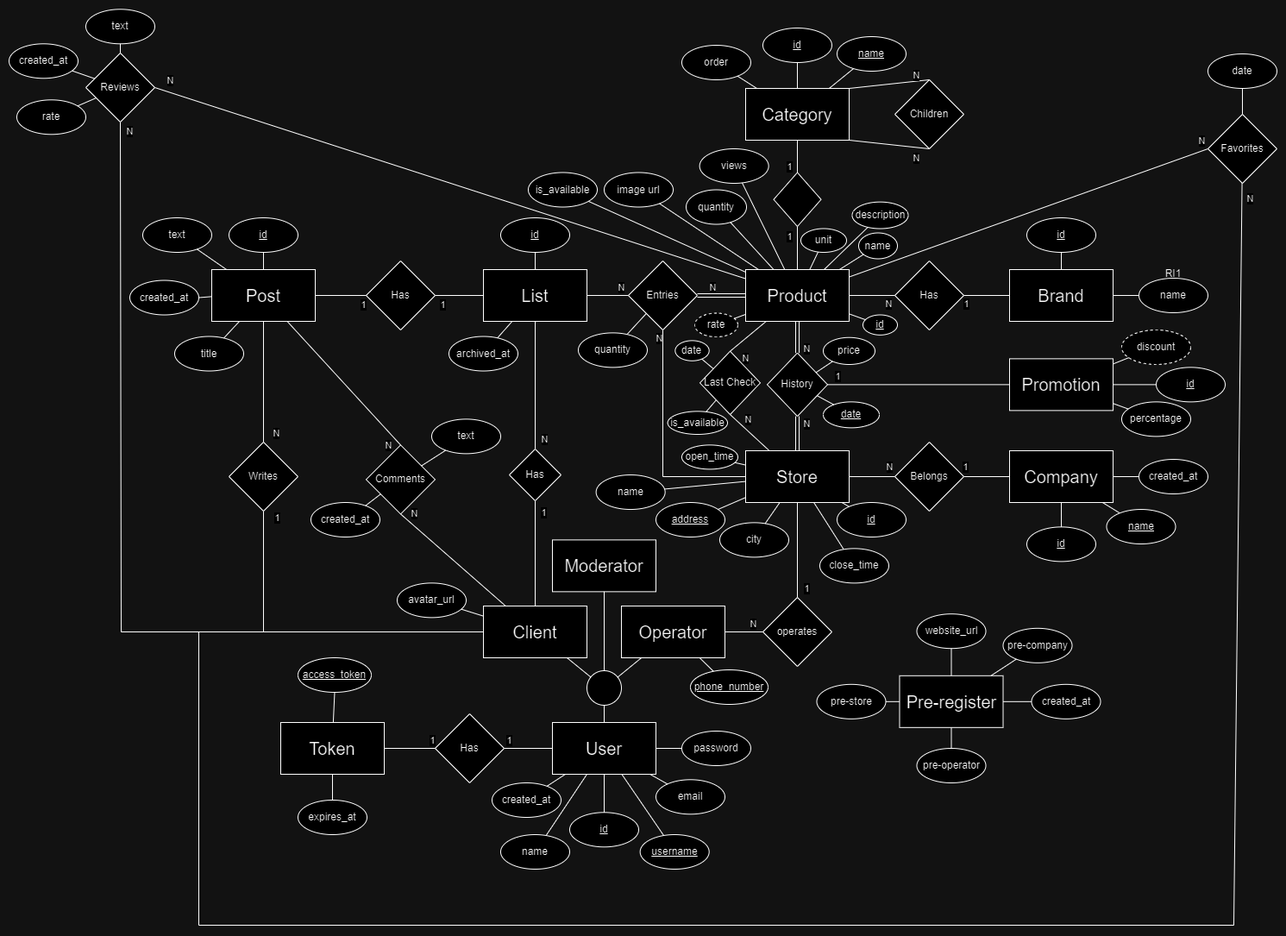
Above: docs/EA_model.png in AndreGraca3/Market-Tracker (draw.io), before the change. Source tidied: cells renumbered, new cells last; positions are measured from the earlier drawing's top-left corner, leaving out a move shared by most shapes.
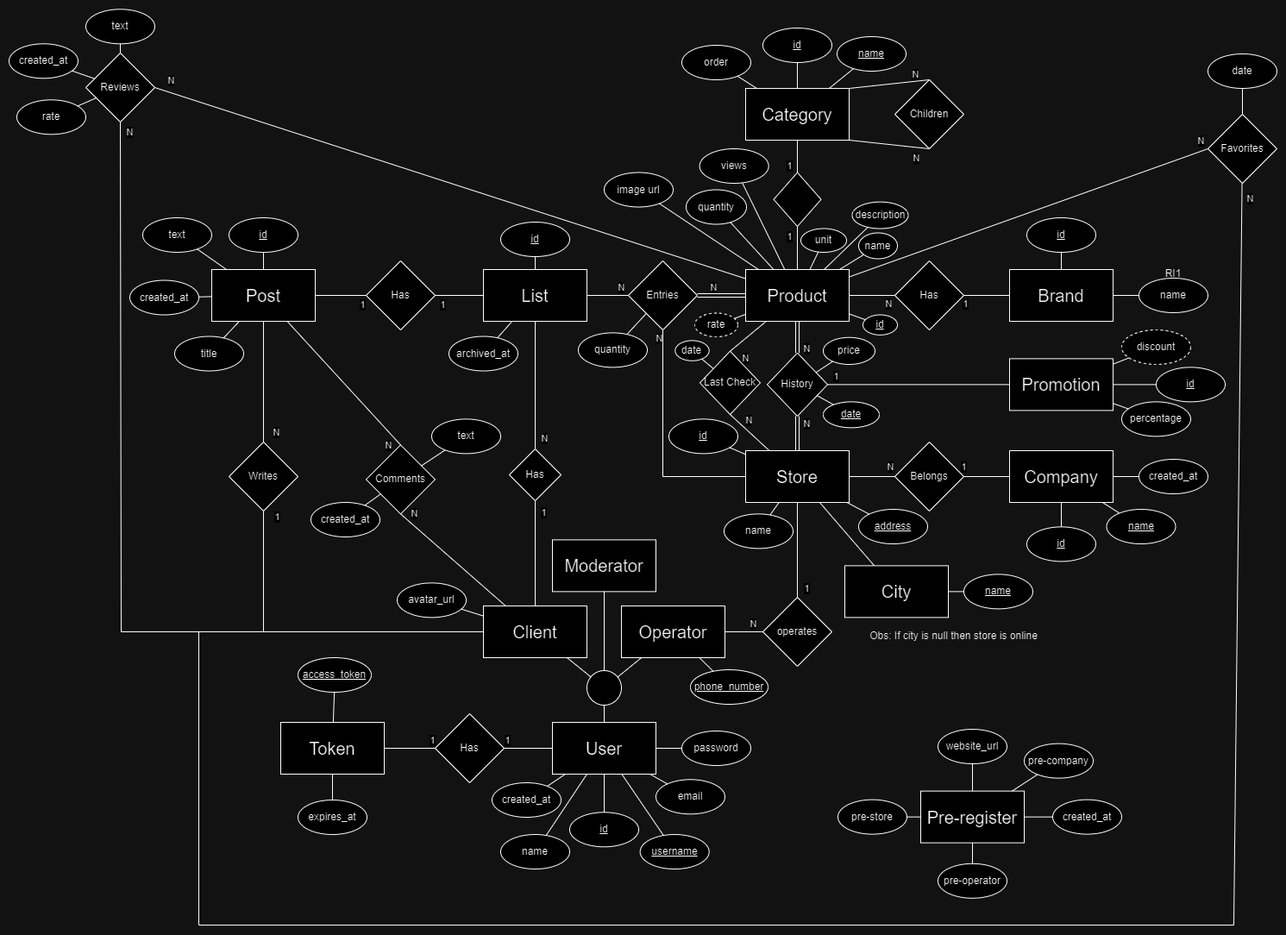
After the commit.

The edit, as a diff of the source:
```diff
@@ -103,7 +103,7 @@
       <mxGeometry relative="1" as="geometry" />
     </mxCell>
     <mxCell id="32" value="&lt;u&gt;id&lt;/u&gt;" style="ellipse;whiteSpace=wrap;html=1;" parent="1" vertex="1">
-      <mxGeometry x="570" y="242" width="80" height="40" as="geometry" />
+      <mxGeometry x="570" y="247" width="80" height="40" as="geometry" />
     </mxCell>
     <mxCell id="33" style="endArrow=none;html=1;rounded=0;" parent="1" edge="1" source="32" target="16">
       <mxGeometry relative="1" as="geometry" />
@@ -123,18 +123,6 @@
     <mxCell id="38" value="price" style="ellipse;whiteSpace=wrap;html=1;" parent="1" vertex="1">
       <mxGeometry x="944" y="380.7" width="60" height="31.3" as="geometry" />
     </mxCell>
-    <mxCell id="39" style="endArrow=none;html=1;rounded=0;" parent="1" edge="1" source="28" target="40">
-      <mxGeometry relative="1" as="geometry" />
-    </mxCell>
-    <mxCell id="40" value="open_time" style="ellipse;whiteSpace=wrap;html=1;" parent="1" vertex="1">
-      <mxGeometry x="780" y="505.4" width="65" height="28" as="geometry" />
-    </mxCell>
-    <mxCell id="41" style="endArrow=none;html=1;rounded=0;" parent="1" edge="1" source="28" target="42">
-      <mxGeometry relative="1" as="geometry" />
-    </mxCell>
-    <mxCell id="42" value="close_&lt;span style=&quot;background-color: initial;&quot;&gt;time&lt;/span&gt;" style="ellipse;whiteSpace=wrap;html=1;" parent="1" vertex="1">
-      <mxGeometry x="940" y="625.4" width="80" height="40" as="geometry" />
-    </mxCell>
     <mxCell id="43" value="&lt;span&gt;username&lt;/span&gt;" style="ellipse;whiteSpace=wrap;html=1;fontStyle=4;" parent="1" vertex="1">
       <mxGeometry x="731.7" y="957" width="80" height="40" as="geometry" />
     </mxCell>
@@ -211,7 +199,7 @@
       </mxGeometry>
     </mxCell>
     <mxCell id="66" value="&lt;u&gt;id&lt;/u&gt;" style="ellipse;whiteSpace=wrap;html=1;" parent="1" vertex="1">
-      <mxGeometry x="960" y="572" width="80" height="40" as="geometry" />
+      <mxGeometry x="765" y="475.4" width="80" height="40" as="geometry" />
     </mxCell>
     <mxCell id="67" style="endArrow=none;html=1;rounded=0;" parent="1" edge="1" source="28" target="66">
       <mxGeometry relative="1" as="geometry" />
@@ -320,9 +308,6 @@
     <mxCell id="99" value="&lt;span style=&quot;font-size: 20px;&quot;&gt;Company&lt;/span&gt;" style="rounded=0;whiteSpace=wrap;html=1;" parent="1" vertex="1">
       <mxGeometry x="1160" y="512" width="120" height="60" as="geometry" />
     </mxCell>
-    <mxCell id="100" value="city" style="ellipse;whiteSpace=wrap;html=1;" parent="1" vertex="1">
-      <mxGeometry x="824" y="595.4" width="80" height="40" as="geometry" />
-    </mxCell>
     <mxCell id="101" value="Belongs" style="rhombus;whiteSpace=wrap;html=1;" parent="1" vertex="1">
       <mxGeometry x="1027" y="502" width="80" height="80" as="geometry" />
     </mxCell>
@@ -348,7 +333,7 @@
     <mxCell id="107" value="&lt;span&gt;name&lt;/span&gt;" style="ellipse;whiteSpace=wrap;html=1;fontStyle=4;" parent="1" vertex="1">
       <mxGeometry x="1272.5" y="580" width="80" height="40" as="geometry" />
     </mxCell>
-    <mxCell id="108" style="endArrow=none;html=1;rounded=0;" parent="1" edge="1" source="100" target="28">
+    <mxCell id="108" style="endArrow=none;html=1;rounded=0;" parent="1" edge="1" source="208" target="28">
       <mxGeometry relative="1" as="geometry" />
     </mxCell>
     <mxCell id="109" style="endArrow=none;html=1;rounded=0;exitX=0.5;exitY=1;exitDx=0;exitDy=0;" parent="1" edge="1" source="111">
@@ -411,7 +396,7 @@
       </mxGeometry>
     </mxCell>
     <mxCell id="125" value="address" style="ellipse;whiteSpace=wrap;html=1;fontStyle=4;" parent="1" vertex="1">
-      <mxGeometry x="750" y="572" width="80" height="40" as="geometry" />
+      <mxGeometry x="985" y="580" width="80" height="40" as="geometry" />
     </mxCell>
     <mxCell id="126" value="RI1" style="text;html=1;align=center;verticalAlign=middle;whiteSpace=wrap;rounded=0;" parent="1" vertex="1">
       <mxGeometry x="1320" y="292" width="60" height="30" as="geometry" />
@@ -609,14 +594,8 @@
     <mxCell id="181" style="endArrow=none;html=1;rounded=0;" parent="1" edge="1" source="2" target="180">
       <mxGeometry relative="1" as="geometry" />
     </mxCell>
-    <mxCell id="182" value="is_available" style="ellipse;whiteSpace=wrap;html=1;" parent="1" vertex="1">
-      <mxGeometry x="602" y="189.5" width="80" height="40" as="geometry" />
-    </mxCell>
-    <mxCell id="183" style="endArrow=none;html=1;rounded=0;" parent="1" edge="1" source="2" target="182">
-      <mxGeometry relative="1" as="geometry" />
-    </mxCell>
     <mxCell id="184" value="&lt;span style=&quot;font-size: 20px;&quot;&gt;Pre-register&lt;/span&gt;" style="rounded=0;whiteSpace=wrap;html=1;" parent="1" vertex="1">
-      <mxGeometry x="1032.5" y="772.8" width="120" height="60" as="geometry" />
+      <mxGeometry x="1057" y="906.6" width="120" height="60" as="geometry" />
     </mxCell>
     <mxCell id="185" style="endArrow=none;html=1;rounded=0;" parent="1" edge="1" source="170" target="186">
       <mxGeometry relative="1" as="geometry" />
@@ -625,7 +604,7 @@
       <mxGeometry x="790" y="766" width="90" height="40" as="geometry" />
     </mxCell>
     <mxCell id="187" value="name" style="ellipse;whiteSpace=wrap;html=1;" parent="1" vertex="1">
-      <mxGeometry x="680.6" y="540" width="80" height="40" as="geometry" />
+      <mxGeometry x="829" y="585.4" width="80" height="40" as="geometry" />
     </mxCell>
     <mxCell id="188" style="endArrow=none;html=1;rounded=0;" parent="1" edge="1" source="187" target="28">
       <mxGeometry relative="1" as="geometry" />
@@ -634,10 +613,10 @@
       <mxGeometry relative="1" as="geometry" />
     </mxCell>
     <mxCell id="190" value="pre-operator" style="ellipse;whiteSpace=wrap;html=1;" parent="1" vertex="1">
-      <mxGeometry x="1052.5" y="857" width="80" height="40" as="geometry" />
+      <mxGeometry x="1077" y="990.8" width="80" height="40" as="geometry" />
     </mxCell>
     <mxCell id="191" value="pre-store" style="ellipse;whiteSpace=wrap;html=1;" parent="1" vertex="1">
-      <mxGeometry x="936.5" y="782.8" width="80" height="40" as="geometry" />
+      <mxGeometry x="961" y="916.6" width="80" height="40" as="geometry" />
     </mxCell>
     <mxCell id="192" style="endArrow=none;html=1;rounded=0;" parent="1" edge="1" source="184" target="191">
       <mxGeometry relative="1" as="geometry" />
@@ -651,12 +630,6 @@
     <mxCell id="195" value="N" style="endArrow=none;html=1;rounded=0;entryX=0.5;entryY=1;entryDx=0;entryDy=0;" parent="1" edge="1" source="28" target="193">
       <mxGeometry x="0.34" y="-10" relative="1" as="geometry" />
     </mxCell>
-    <mxCell id="196" value="&lt;span&gt;is_available&lt;/span&gt;" style="ellipse;whiteSpace=wrap;html=1;fontStyle=0;" parent="1" vertex="1">
-      <mxGeometry x="763.6" y="466.4" width="69.3" height="26.6" as="geometry" />
-    </mxCell>
-    <mxCell id="197" style="endArrow=none;html=1;rounded=0;" parent="1" edge="1" source="196" target="193">
-      <mxGeometry relative="1" as="geometry" />
-    </mxCell>
     <mxCell id="198" value="&lt;span&gt;date&lt;/span&gt;" style="ellipse;whiteSpace=wrap;html=1;fontStyle=0;" parent="1" vertex="1">
       <mxGeometry x="772.3" y="384.4" width="39.4" height="23.4" as="geometry" />
     </mxCell>
@@ -664,19 +637,19 @@
       <mxGeometry relative="1" as="geometry" />
     </mxCell>
     <mxCell id="200" value="created_at" style="ellipse;whiteSpace=wrap;html=1;" parent="1" vertex="1">
-      <mxGeometry x="1185.5" y="782.8" width="80" height="40" as="geometry" />
+      <mxGeometry x="1210" y="916.6" width="80" height="40" as="geometry" />
     </mxCell>
     <mxCell id="201" style="endArrow=none;html=1;rounded=0;" parent="1" edge="1" source="184" target="200">
       <mxGeometry relative="1" as="geometry" />
     </mxCell>
     <mxCell id="202" value="website_url" style="ellipse;whiteSpace=wrap;html=1;" parent="1" vertex="1">
-      <mxGeometry x="1052.5" y="701.2" width="80" height="40" as="geometry" />
+      <mxGeometry x="1077" y="835" width="80" height="40" as="geometry" />
     </mxCell>
     <mxCell id="203" style="endArrow=none;html=1;rounded=0;" parent="1" edge="1" source="184" target="202">
       <mxGeometry relative="1" as="geometry" />
     </mxCell>
     <mxCell id="204" value="pre-company" style="ellipse;whiteSpace=wrap;html=1;" parent="1" vertex="1">
-      <mxGeometry x="1152.5" y="717.8" width="80" height="40" as="geometry" />
+      <mxGeometry x="1177" y="851.6" width="80" height="40" as="geometry" />
     </mxCell>
     <mxCell id="205" style="endArrow=none;html=1;rounded=0;" parent="1" edge="1" source="184" target="204">
       <mxGeometry relative="1" as="geometry" />
@@ -687,5 +660,23 @@
     <mxCell id="207" style="endArrow=none;html=1;rounded=0;" parent="1" edge="1" source="171" target="206">
       <mxGeometry relative="1" as="geometry" />
     </mxCell>
+    <mxCell id="208" value="&lt;span style=&quot;font-size: 20px;&quot;&gt;City&lt;/span&gt;" style="rounded=0;whiteSpace=wrap;html=1;" parent="1" vertex="1">
+      <mxGeometry x="969" y="645.4" width="120" height="60" as="geometry" />
+    </mxCell>
+    <mxCell id="209" style="endArrow=none;html=1;rounded=0;" parent="1" edge="1">
+      <mxGeometry relative="1" as="geometry">
+        <mxPoint x="1096.8" y="655.1" as="sourcePoint" />
+        <mxPoint x="1096.8" y="655.1" as="targetPoint" />
+      </mxGeometry>
+    </mxCell>
+    <mxCell id="210" value="name" style="ellipse;whiteSpace=wrap;html=1;fontStyle=4;" parent="1" vertex="1">
+      <mxGeometry x="1107" y="655.4" width="80" height="40" as="geometry" />
+    </mxCell>
+    <mxCell id="211" style="endArrow=none;html=1;rounded=0;" parent="1" edge="1" source="210" target="208">
+      <mxGeometry relative="1" as="geometry" />
+    </mxCell>
+    <mxCell id="212" value="Obs: If city is null then store is online" style="text;html=1;align=center;verticalAlign=middle;strokeColor=none;fillColor=none;" parent="1" vertex="1">
+      <mxGeometry x="985" y="712" width="220" height="30" as="geometry" />
+    </mxCell>
   </root>
 </mxGraphModel>
```
